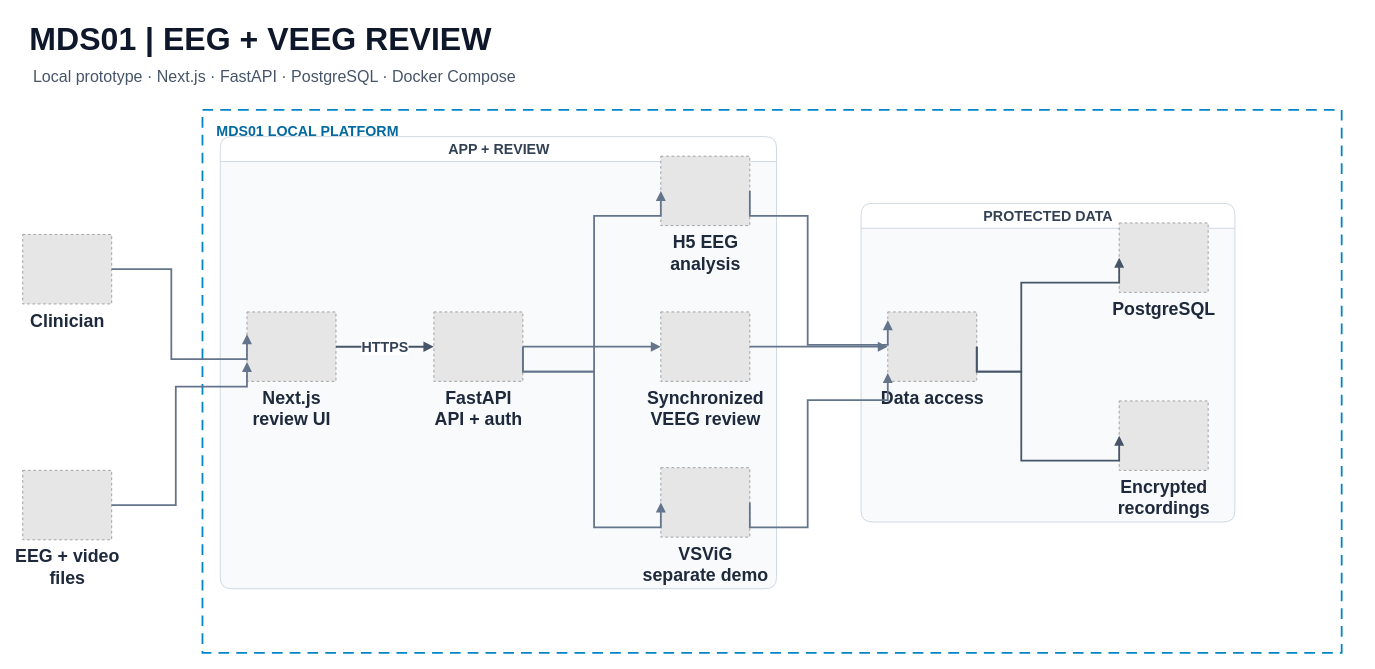
Above: docs/diagrams/system-architecture.drawio in 4ffaad/FYP-MDS01 (draw.io), before the change. Source tidied: cells renumbered, new cells numbered last; positions are measured from the earlier drawing's top-left corner, leaving out a move shared by most shapes. Both pictures are drawn from the tidied source at 89%, with x=0, y=0 at pixel (22, 15). Pictures stored in the file or linked from it are replaced by grey dashed boxes.
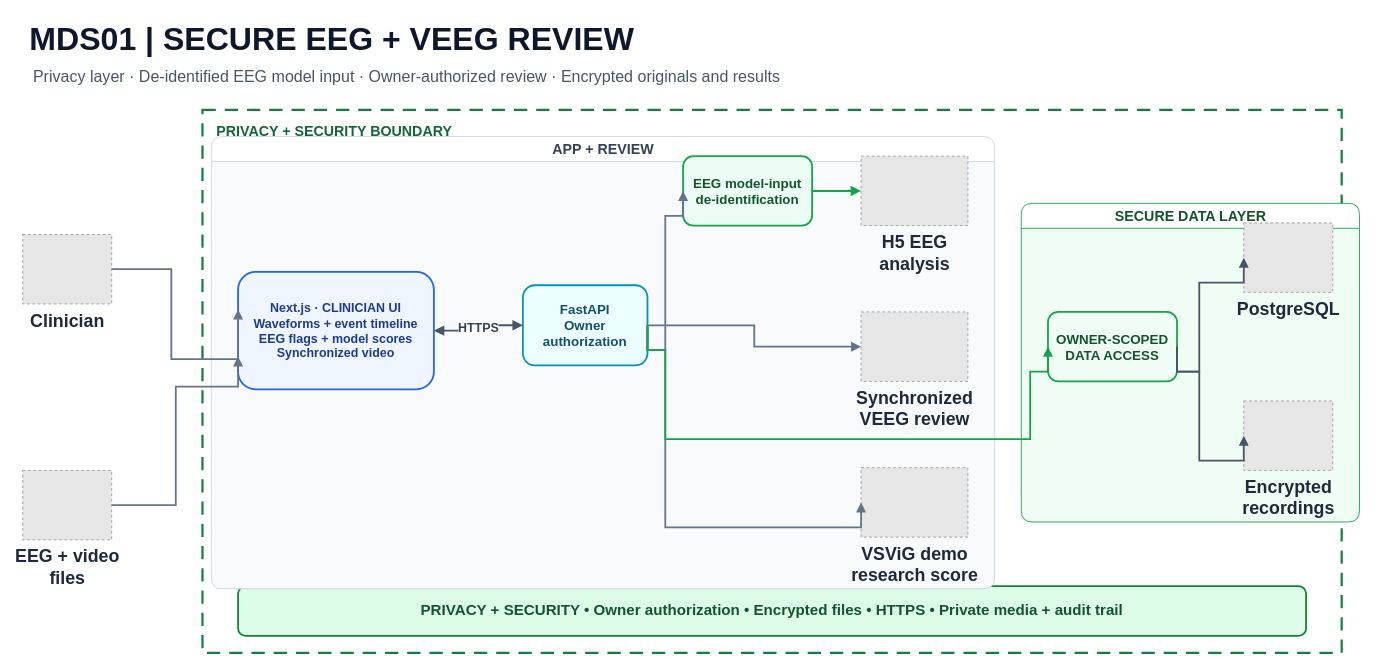
Above is the later version.

What changed in the source:
```diff
@@
-    <mxCell id="2" value="MDS01  |  EEG + VEEG REVIEW" style="text;html=1;align=left;verticalAlign=middle;fontSize=36;fontStyle=1;fontColor=#0F172A;" parent="1" vertex="1">
+    <mxCell id="2" value="MDS01  |  SECURE EEG + VEEG REVIEW" style="text;html=1;align=left;verticalAlign=middle;fontSize=36;fontStyle=1;fontColor=#0F172A;" parent="1" vertex="1">
       <mxGeometry x="6" width="1450" height="52" as="geometry" />
     </mxCell>
-    <mxCell id="3" value="Local prototype   ·   Next.js   ·   FastAPI   ·   PostgreSQL   ·   Docker Compose" style="text;html=1;align=left;verticalAlign=middle;fontSize=18;fontColor=#475569;" parent="1" vertex="1">
+    <mxCell id="3" value="Privacy layer   ·   De-identified EEG model input   ·   Owner-authorized review   ·   Encrypted originals and results" style="text;html=1;align=left;verticalAlign=middle;fontSize=18;fontColor=#475569;" parent="1" vertex="1">
       <mxGeometry x="10" y="54" width="1450" height="30" as="geometry" />
     </mxCell>
-    <mxCell id="4" value="MDS01 LOCAL PLATFORM" style="rounded=0;whiteSpace=wrap;html=1;dashed=1;dashPattern=6 4;fillColor=none;strokeColor=#0284C7;strokeWidth=2;fontColor=#0369A1;fontSize=16;fontStyle=1;align=left;verticalAlign=top;spacingTop=8;spacingLeft=14;" parent="1" vertex="1">
+    <mxCell id="4" value="PRIVACY + SECURITY BOUNDARY" style="rounded=0;whiteSpace=wrap;html=1;dashed=1;dashPattern=6 4;fillColor=none;strokeColor=#15803D;strokeWidth=2.5;fontColor=#166534;fontSize=16;fontStyle=1;align=left;verticalAlign=top;spacingTop=8;spacingLeft=14;" parent="1" vertex="1">
       <mxGeometry x="202" y="106" width="1280" height="610" as="geometry" />
     </mxCell>
@@
-    <mxCell id="7" value="Next.js&#10;review UI" style="fillColor=#E6E6E6;strokeColor=#999999;dashed=1;verticalLabelPosition=bottom;verticalAlign=top;html=1;align=center;fontSize=20;fontColor=#1E293B;fontStyle=1;" parent="15" vertex="1">
-      <mxGeometry x="30" y="197" width="100" height="78" as="geometry" />
+    <mxCell id="7" value="Next.js · CLINICIAN UI&#10;Waveforms + event timeline&#10;EEG flags + model scores&#10;Synchronized video" style="rounded=1;whiteSpace=wrap;html=1;fillColor=#EFF6FF;strokeColor=#2563EB;strokeWidth=2;fontColor=#1E3A8A;fontSize=14;fontStyle=1;align=center;verticalAlign=middle;" parent="15" vertex="1">
+      <mxGeometry x="30" y="152" width="220" height="132" as="geometry" />
     </mxCell>
-    <mxCell id="8" value="FastAPI&#10;API + auth" style="fillColor=#E6E6E6;strokeColor=#999999;dashed=1;verticalLabelPosition=bottom;verticalAlign=top;html=1;align=center;fontSize=20;fontColor=#1E293B;fontStyle=1;" parent="15" vertex="1">
-      <mxGeometry x="240" y="197" width="100" height="78" as="geometry" />
+    <mxCell id="8" value="FastAPI&#10;Owner authorization" style="rounded=1;whiteSpace=wrap;html=1;fillColor=#ECFEFF;strokeColor=#0891B2;strokeWidth=2;fontColor=#164E63;fontSize=15;fontStyle=1;align=center;verticalAlign=middle;" parent="15" vertex="1">
+      <mxGeometry x="350" y="167" width="140" height="90" as="geometry" />
     </mxCell>
+    <mxCell id="28" value="EEG model-input&#10;de-identification" style="rounded=1;whiteSpace=wrap;html=1;fillColor=#ECFDF5;strokeColor=#16A34A;strokeWidth=2;fontColor=#14532D;fontSize=15;fontStyle=1;align=center;verticalAlign=middle;" parent="15" vertex="1">
+      <mxGeometry x="530" y="22" width="145" height="78" as="geometry" />
+    </mxCell>
     <mxCell id="9" value="H5 EEG&#10;analysis" style="fillColor=#E6E6E6;strokeColor=#999999;dashed=1;verticalLabelPosition=bottom;verticalAlign=top;html=1;align=center;fontSize=20;fontColor=#1E293B;fontStyle=1;" parent="15" vertex="1">
-      <mxGeometry x="495" y="22" width="100" height="78" as="geometry" />
+      <mxGeometry x="730" y="22" width="120" height="78" as="geometry" />
     </mxCell>
     <mxCell id="10" value="Synchronized&#10;VEEG review" style="fillColor=#E6E6E6;strokeColor=#999999;dashed=1;verticalLabelPosition=bottom;verticalAlign=top;html=1;align=center;fontSize=20;fontColor=#1E293B;fontStyle=1;" parent="15" vertex="1">
-      <mxGeometry x="495" y="197" width="100" height="78" as="geometry" />
+      <mxGeometry x="730" y="197" width="120" height="78" as="geometry" />
     </mxCell>
-    <mxCell id="11" value="VSViG&#10;separate demo" style="fillColor=#E6E6E6;strokeColor=#999999;dashed=1;verticalLabelPosition=bottom;verticalAlign=top;html=1;align=center;fontSize=20;fontColor=#1E293B;fontStyle=1;" parent="15" vertex="1">
-      <mxGeometry x="495" y="372" width="100" height="78" as="geometry" />
+    <mxCell id="11" value="VSViG demo&#10;research score" style="fillColor=#E6E6E6;strokeColor=#999999;dashed=1;verticalLabelPosition=bottom;verticalAlign=top;html=1;align=center;fontSize=20;fontColor=#1E293B;fontStyle=1;" parent="15" vertex="1">
+      <mxGeometry x="730" y="372" width="120" height="78" as="geometry" />
     </mxCell>
-    <mxCell id="12" value="Data access" style="fillColor=#E6E6E6;strokeColor=#999999;dashed=1;verticalLabelPosition=bottom;verticalAlign=top;html=1;align=center;fontSize=20;fontColor=#1E293B;fontStyle=1;" parent="16" vertex="1">
-      <mxGeometry x="30" y="122" width="100" height="78" as="geometry" />
+    <mxCell id="12" value="OWNER-SCOPED&#10;DATA ACCESS" style="rounded=1;whiteSpace=wrap;html=1;fillColor=#F0FDF4;strokeColor=#16A34A;strokeWidth=2;fontColor=#14532D;fontSize=15;fontStyle=1;align=center;verticalAlign=middle;" parent="16" vertex="1">
+      <mxGeometry x="30" y="122" width="145" height="78" as="geometry" />
     </mxCell>
     <mxCell id="13" value="PostgreSQL" style="fillColor=#E6E6E6;strokeColor=#999999;dashed=1;verticalLabelPosition=bottom;verticalAlign=top;html=1;align=center;fontSize=20;fontColor=#1E293B;fontStyle=1;" parent="16" vertex="1">
-      <mxGeometry x="290" y="22" width="100" height="78" as="geometry" />
+      <mxGeometry x="250" y="22" width="100" height="78" as="geometry" />
     </mxCell>
     <mxCell id="14" value="Encrypted&#10;recordings" style="fillColor=#E6E6E6;strokeColor=#999999;dashed=1;verticalLabelPosition=bottom;verticalAlign=top;html=1;align=center;fontSize=20;fontColor=#1E293B;fontStyle=1;" parent="16" vertex="1">
-      <mxGeometry x="290" y="222" width="100" height="78" as="geometry" />
+      <mxGeometry x="250" y="222" width="100" height="78" as="geometry" />
     </mxCell>
+    <mxCell id="29" value="PRIVACY + SECURITY   •   Owner authorization   •   Encrypted files   •   HTTPS   •   Private media + audit trail" style="rounded=1;whiteSpace=wrap;html=1;fillColor=#DCFCE7;strokeColor=#15803D;strokeWidth=2;fontColor=#14532D;fontSize=17;fontStyle=1;align=center;verticalAlign=middle;" parent="1" vertex="1">
+      <mxGeometry x="242" y="641" width="1200" height="56" as="geometry" />
+    </mxCell>
     <mxCell id="15" value="APP + REVIEW" style="swimlane;html=1;startSize=28;rounded=1;fillColor=#FFFFFF;swimlaneFillColor=#F8FAFC;strokeColor=#CBD5E1;fontColor=#334155;fontStyle=1;fontSize=16;" parent="1" vertex="1">
-      <mxGeometry x="222" y="136" width="625" height="508" as="geometry" />
+      <mxGeometry x="212" y="136" width="880" height="508" as="geometry" />
     </mxCell>
-    <mxCell id="16" value="PROTECTED DATA" style="swimlane;html=1;startSize=28;rounded=1;fillColor=#FFFFFF;swimlaneFillColor=#F8FAFC;strokeColor=#CBD5E1;fontColor=#334155;fontStyle=1;fontSize=16;" parent="1" vertex="1">
-      <mxGeometry x="942" y="211" width="420" height="358" as="geometry" />
+    <mxCell id="16" value="SECURE DATA LAYER" style="swimlane;html=1;startSize=28;rounded=1;fillColor=#FFFFFF;swimlaneFillColor=#F0FDF4;strokeColor=#16A34A;fontColor=#14532D;fontStyle=1;fontSize=16;" parent="1" vertex="1">
+      <mxGeometry x="1122" y="211" width="380" height="358" as="geometry" />
     </mxCell>
@@
-    <mxCell id="19" value="HTTPS" style="edgeStyle=orthogonalEdgeStyle;rounded=0;jettySize=auto;html=1;strokeColor=#475569;strokeWidth=2.2;endArrow=block;endFill=1;fontColor=#334155;fontSize=16;fontStyle=1;labelBackgroundColor=#FFFFFF;spacing=6;exitX=1;exitY=0.5;entryX=0;entryY=0.5;" parent="1" edge="1" source="7" target="8">
+    <mxCell id="19" value="HTTPS" style="edgeStyle=orthogonalEdgeStyle;rounded=0;jettySize=auto;html=1;strokeColor=#475569;strokeWidth=2.2;startArrow=block;startFill=1;endArrow=block;endFill=1;fontColor=#334155;fontSize=14;fontStyle=1;labelBackgroundColor=#FFFFFF;spacing=6;exitX=1;exitY=0.5;entryX=0;entryY=0.5;" parent="1" edge="1" source="7" target="8">
       <mxGeometry relative="1" as="geometry" />
     </mxCell>
-    <mxCell id="20" style="edgeStyle=orthogonalEdgeStyle;rounded=0;jettySize=auto;html=1;strokeColor=#64748B;strokeWidth=2;endArrow=block;endFill=1;exitX=1;exitY=0.5;entryX=0;entryY=0.5;" parent="1" edge="1" source="8" target="9">
-      <mxGeometry relative="1" as="geometry">
-        <Array as="points">
-          <mxPoint x="642" y="400" />
-          <mxPoint x="642" y="225" />
-        </Array>
-      </mxGeometry>
-    </mxCell>
+    <mxCell id="30" style="edgeStyle=orthogonalEdgeStyle;rounded=0;jettySize=auto;html=1;strokeColor=#64748B;strokeWidth=2;endArrow=block;endFill=1;exitX=1;exitY=0.5;entryX=0;entryY=0.5;" parent="1" edge="1" source="8" target="28">
+      <mxGeometry relative="1" as="geometry">
+        <Array as="points">
+          <mxPoint x="722" y="376" />
+          <mxPoint x="722" y="225" />
+        </Array>
+      </mxGeometry>
+    </mxCell>
+    <mxCell id="31" style="edgeStyle=orthogonalEdgeStyle;rounded=0;jettySize=auto;html=1;strokeColor=#16A34A;strokeWidth=2.2;endArrow=block;endFill=1;exitX=1;exitY=0.5;entryX=0;entryY=0.5;" parent="1" edge="1" source="28" target="9">
+      <mxGeometry relative="1" as="geometry" />
+    </mxCell>
@@
     <mxCell id="22" style="edgeStyle=orthogonalEdgeStyle;rounded=0;jettySize=auto;html=1;strokeColor=#64748B;strokeWidth=2;endArrow=block;endFill=1;exitX=1;exitY=0.5;entryX=0;entryY=0.5;" parent="1" edge="1" source="8" target="11">
       <mxGeometry relative="1" as="geometry">
         <Array as="points">
-          <mxPoint x="642" y="400" />
-          <mxPoint x="642" y="575" />
+          <mxPoint x="722" y="376" />
+          <mxPoint x="722" y="575" />
         </Array>
       </mxGeometry>
     </mxCell>
-    <mxCell id="23" style="edgeStyle=orthogonalEdgeStyle;rounded=0;jettySize=auto;html=1;strokeColor=#64748B;strokeWidth=2;endArrow=block;endFill=1;exitX=1;exitY=0.5;entryX=0;entryY=0.12;" parent="1" edge="1" source="9" target="12">
-      <mxGeometry relative="1" as="geometry">
-        <Array as="points">
-          <mxPoint x="882" y="225" />
-          <mxPoint x="882" y="370" />
-        </Array>
-      </mxGeometry>
-    </mxCell>
-    <mxCell id="24" style="edgeStyle=orthogonalEdgeStyle;rounded=0;jettySize=auto;html=1;strokeColor=#64748B;strokeWidth=2;endArrow=block;endFill=1;exitX=1;exitY=0.5;entryX=0;entryY=0.5;" parent="1" edge="1" source="10" target="12">
-      <mxGeometry relative="1" as="geometry" />
-    </mxCell>
-    <mxCell id="25" style="edgeStyle=orthogonalEdgeStyle;rounded=0;jettySize=auto;html=1;strokeColor=#64748B;strokeWidth=2;endArrow=block;endFill=1;exitX=1;exitY=0.5;entryX=0;entryY=0.88;" parent="1" edge="1" source="11" target="12">
-      <mxGeometry relative="1" as="geometry">
-        <Array as="points">
-          <mxPoint x="882" y="575" />
-          <mxPoint x="882" y="432" />
-        </Array>
-      </mxGeometry>
-    </mxCell>
+    <mxCell id="32" style="edgeStyle=orthogonalEdgeStyle;rounded=0;jettySize=auto;html=1;strokeColor=#16A34A;strokeWidth=2;endArrow=block;endFill=1;exitX=1;exitY=0.5;entryX=0;entryY=0.5;" parent="1" edge="1" source="8" target="12">
+      <mxGeometry relative="1" as="geometry">
+        <Array as="points">
+          <mxPoint x="722" y="376" />
+          <mxPoint x="722" y="476" />
+          <mxPoint x="1132" y="476" />
+          <mxPoint x="1132" y="400" />
+        </Array>
+      </mxGeometry>
+    </mxCell>
     <mxCell id="26" style="edgeStyle=orthogonalEdgeStyle;rounded=0;jettySize=auto;html=1;strokeColor=#475569;strokeWidth=2;endArrow=block;endFill=1;fontColor=#334155;fontSize=16;fontStyle=1;labelBackgroundColor=#FFFFFF;spacing=6;exitX=1;exitY=0.5;entryX=0;entryY=0.5;" parent="1" edge="1" source="12" target="13">
       <mxGeometry relative="1" as="geometry">
         <Array as="points">
-          <mxPoint x="1122" y="400" />
-          <mxPoint x="1122" y="300" />
+          <mxPoint x="1322" y="400" />
+          <mxPoint x="1322" y="300" />
         </Array>
       </mxGeometry>
     </mxCell>
     <mxCell id="27" style="edgeStyle=orthogonalEdgeStyle;rounded=0;jettySize=auto;html=1;strokeColor=#475569;strokeWidth=2;endArrow=block;endFill=1;fontColor=#334155;fontSize=16;fontStyle=1;labelBackgroundColor=#FFFFFF;spacing=6;exitX=1;exitY=0.5;entryX=0;entryY=0.5;" parent="1" edge="1" source="12" target="14">
       <mxGeometry relative="1" as="geometry">
         <Array as="points">
-          <mxPoint x="1122" y="400" />
-          <mxPoint x="1122" y="500" />
+          <mxPoint x="1322" y="400" />
+          <mxPoint x="1322" y="500" />
         </Array>
       </mxGeometry>
     </mxCell>
```
